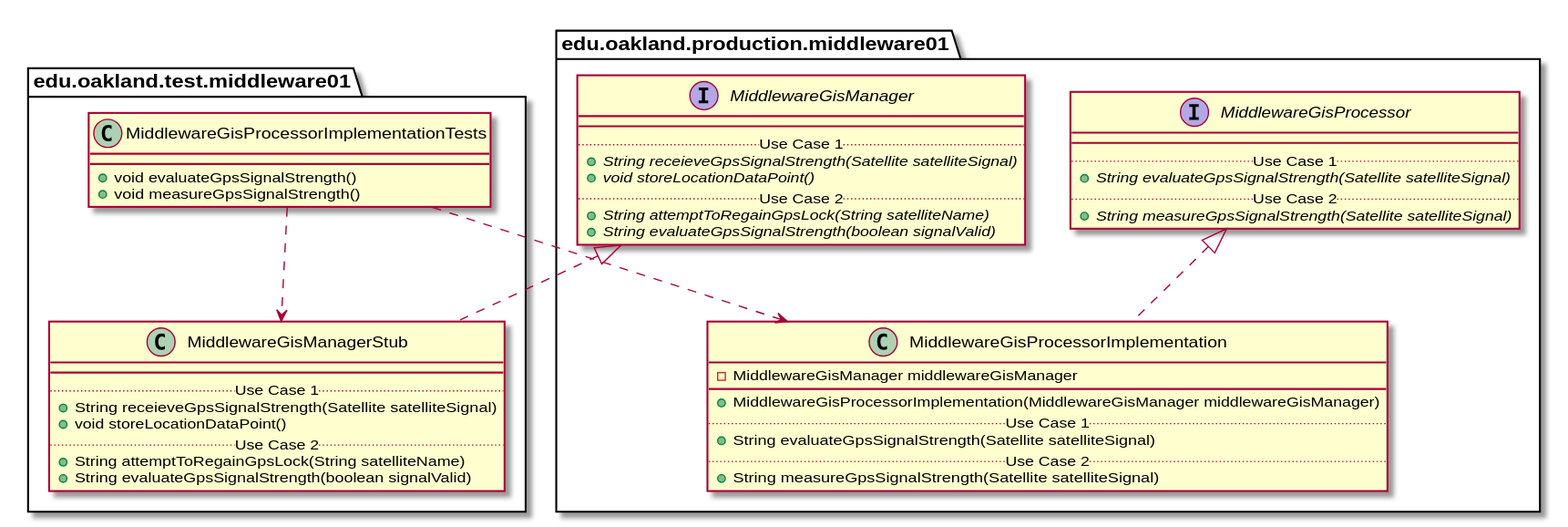
elilley15/csi-3370-software-project keeps this PlantUML diagram as docs/uml-class-diagrams/middleware01/test/MiddlewareGisProcessorImplementationTests/MiddlewareGisProcessorImplementationTests_Closure.svg. Above is the earlier version.
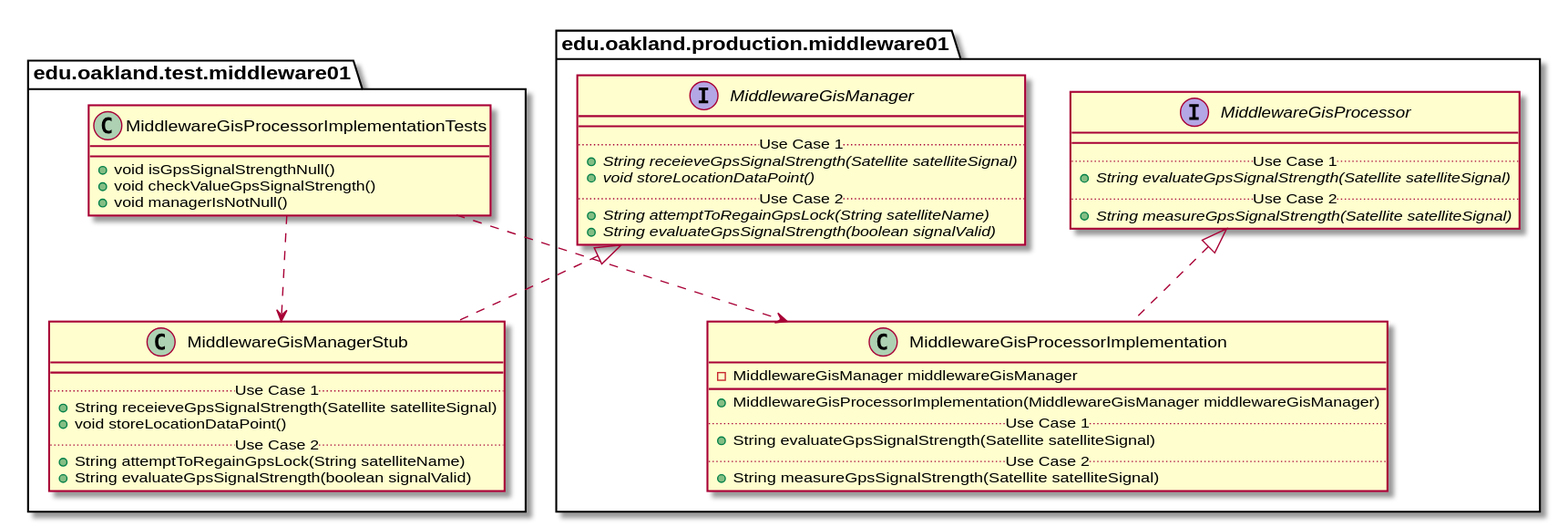
After the commit.

Diff of the diagram source:
```diff
@@ -3,8 +3,9 @@
 
 package edu.oakland.test.middleware01 {
   class MiddlewareGisProcessorImplementationTests {
-    + void evaluateGpsSignalStrength()
-    + void measureGpsSignalStrength()
+    + void isGpsSignalStrengthNull()
+    + void checkValueGpsSignalStrength()
+    + void managerIsNotNull()
   }
 }
 
```
